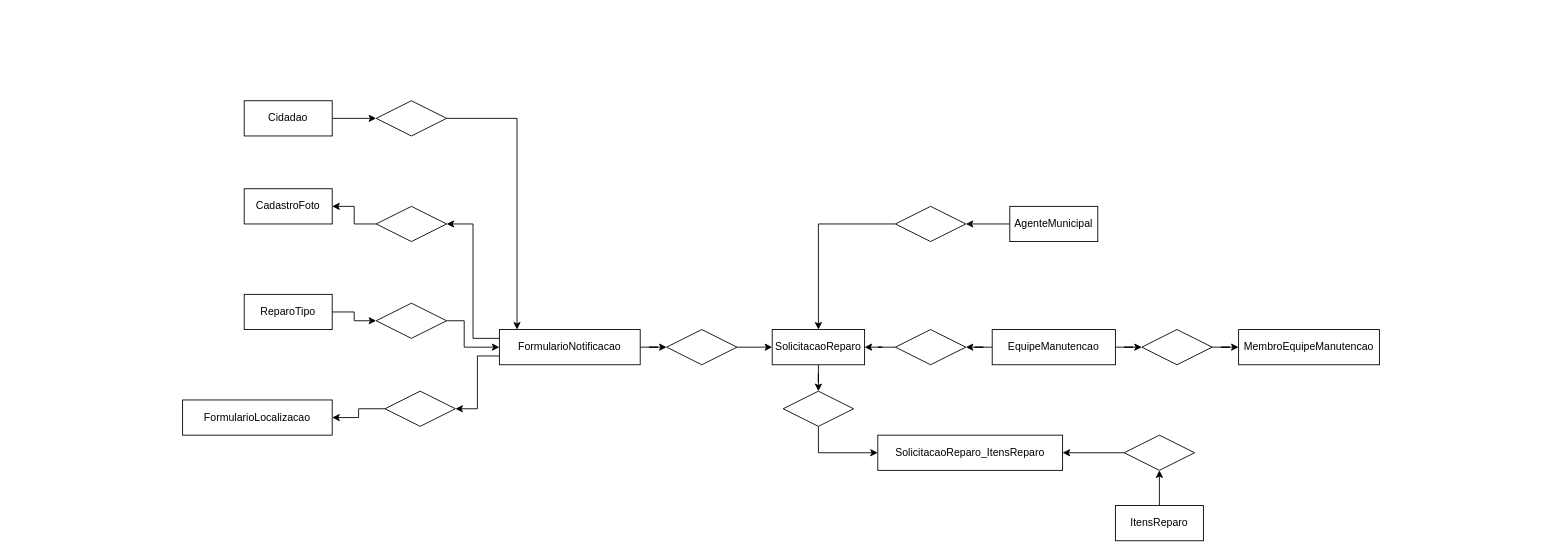
Above: diagramas/modelo_conceitual.drawio in PuraFome/AEP-Segundo-Semestre-2022 (draw.io), before the change. Source tidied: cells renumbered, new cells numbered last; positions are measured from the earlier drawing's top-left corner, leaving out a move shared by most shapes. Both pictures are drawn from the tidied source at 88%, with x=0, y=0 at pixel (182, 100).
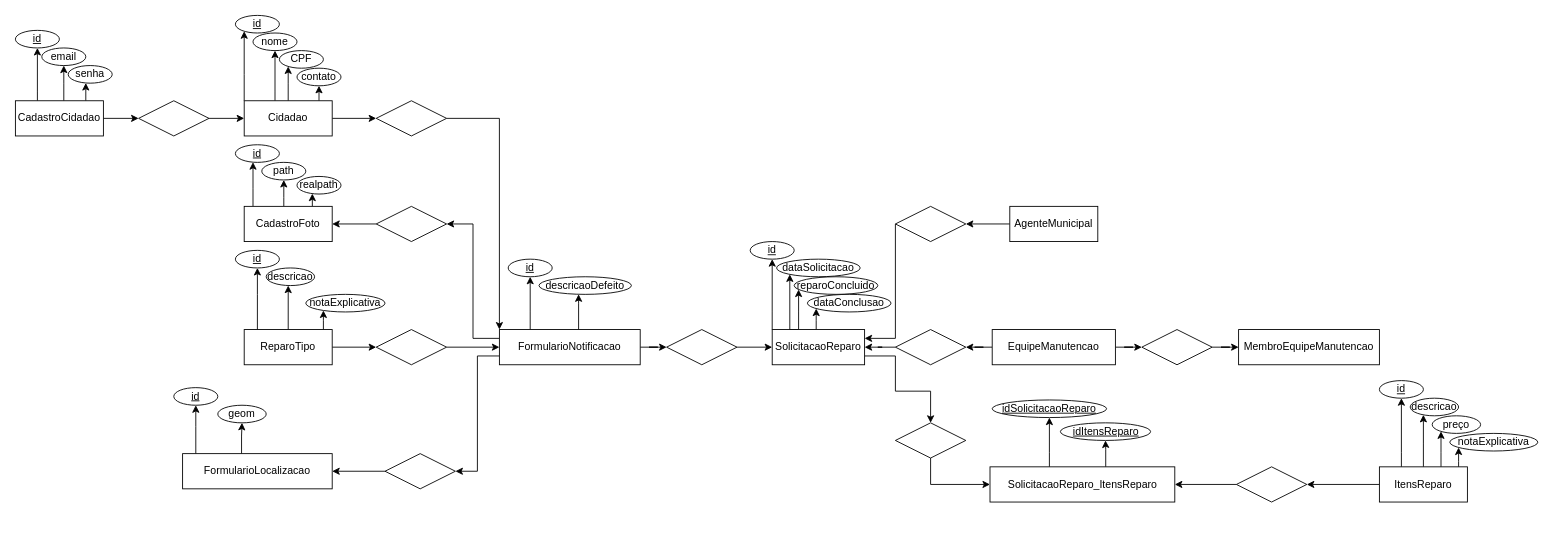
Above is the later version.

The change refers to these unchanged cells:
```xml
<mxCell id="5" value="FormularioNotificacao" style="whiteSpace=wrap;html=1;align=center;" parent="1" vertex="1">
  <mxGeometry x="360" y="260" width="160" height="40" as="geometry" />
</mxCell>
<mxCell id="11" value="SolicitacaoReparo" style="whiteSpace=wrap;html=1;align=center;" parent="1" vertex="1">
  <mxGeometry x="670" y="260" width="105" height="40" as="geometry" />
</mxCell>
<mxCell id="36" value="Cidadao" style="whiteSpace=wrap;html=1;align=center;" parent="1" vertex="1">
  <mxGeometry x="70" width="100" height="40" as="geometry" />
</mxCell>
<mxCell id="38" style="shape=rhombus;perimeter=rhombusPerimeter;whiteSpace=wrap;html=1;align=center;" parent="1" vertex="1">
  <mxGeometry x="220" width="80" height="40" as="geometry" />
</mxCell>
<mxCell id="42" style="shape=rhombus;perimeter=rhombusPerimeter;whiteSpace=wrap;html=1;align=center;" parent="1" vertex="1">
  <mxGeometry x="810" y="120" width="80" height="40" as="geometry" />
</mxCell>
```

What changed in the source:
```diff
@@
     <mxCell id="2" style="edgeStyle=orthogonalEdgeStyle;rounded=0;jettySize=auto;html=1;entryX=1;entryY=0.5;entryDx=0;entryDy=0;" parent="1" edge="1" source="5" target="25">
       <mxGeometry relative="1" as="geometry">
         <Array as="points">
           <mxPoint x="335" y="290" />
-          <mxPoint x="335" y="350" />
+          <mxPoint x="335" y="421" />
         </Array>
       </mxGeometry>
     </mxCell>
@@
+    <mxCell id="43" style="edgeStyle=orthogonalEdgeStyle;rounded=0;jettySize=auto;html=1;" parent="1" edge="1" source="5" target="89">
+      <mxGeometry relative="1" as="geometry">
+        <Array as="points">
+          <mxPoint x="395" y="240" />
+          <mxPoint x="395" y="240" />
+        </Array>
+      </mxGeometry>
+    </mxCell>
+    <mxCell id="44" style="edgeStyle=orthogonalEdgeStyle;rounded=0;jettySize=auto;html=1;" parent="1" edge="1" source="5" target="90">
+      <mxGeometry relative="1" as="geometry">
+        <Array as="points">
+          <mxPoint x="450" y="230" />
+          <mxPoint x="450" y="230" />
+        </Array>
+      </mxGeometry>
+    </mxCell>
@@
+    <mxCell id="45" style="edgeStyle=orthogonalEdgeStyle;rounded=0;jettySize=auto;html=1;" parent="1" edge="1" source="6" target="87">
+      <mxGeometry relative="1" as="geometry">
+        <Array as="points">
+          <mxPoint x="15" y="370" />
+          <mxPoint x="15" y="370" />
+        </Array>
+      </mxGeometry>
+    </mxCell>
+    <mxCell id="46" style="edgeStyle=orthogonalEdgeStyle;rounded=0;jettySize=auto;html=1;" parent="1" edge="1" source="6" target="88">
+      <mxGeometry relative="1" as="geometry">
+        <Array as="points">
+          <mxPoint x="67" y="381" />
+        </Array>
+      </mxGeometry>
+    </mxCell>
     <mxCell id="6" value="FormularioLocalizacao" style="whiteSpace=wrap;html=1;align=center;" parent="1" vertex="1">
-      <mxGeometry y="340" width="170" height="40" as="geometry" />
+      <mxGeometry y="401" width="170" height="40" as="geometry" />
     </mxCell>
@@
+    <mxCell id="47" style="edgeStyle=orthogonalEdgeStyle;rounded=0;jettySize=auto;html=1;" parent="1" edge="1" source="8" target="84">
+      <mxGeometry relative="1" as="geometry">
+        <Array as="points">
+          <mxPoint x="85" y="220" />
+          <mxPoint x="85" y="220" />
+        </Array>
+      </mxGeometry>
+    </mxCell>
+    <mxCell id="48" style="edgeStyle=orthogonalEdgeStyle;rounded=0;jettySize=auto;html=1;entryX=0.455;entryY=1;entryDx=0;entryDy=0;entryPerimeter=0;" parent="1" edge="1" source="8" target="85">
+      <mxGeometry relative="1" as="geometry" />
+    </mxCell>
+    <mxCell id="49" style="edgeStyle=orthogonalEdgeStyle;rounded=0;jettySize=auto;html=1;" parent="1" edge="1" source="8" target="86">
+      <mxGeometry relative="1" as="geometry">
+        <Array as="points">
+          <mxPoint x="160" y="250" />
+          <mxPoint x="160" y="250" />
+        </Array>
+      </mxGeometry>
+    </mxCell>
     <mxCell id="8" value="ReparoTipo" style="whiteSpace=wrap;html=1;align=center;" parent="1" vertex="1">
-      <mxGeometry x="70" y="220" width="100" height="40" as="geometry" />
+      <mxGeometry x="70" y="260" width="100" height="40" as="geometry" />
     </mxCell>
+    <mxCell id="50" style="edgeStyle=orthogonalEdgeStyle;rounded=0;jettySize=auto;html=1;" parent="1" edge="1" source="9" target="81">
+      <mxGeometry relative="1" as="geometry">
+        <Array as="points">
+          <mxPoint x="80" y="100" />
+          <mxPoint x="80" y="100" />
+        </Array>
+      </mxGeometry>
+    </mxCell>
+    <mxCell id="51" style="edgeStyle=orthogonalEdgeStyle;rounded=0;jettySize=auto;html=1;" parent="1" edge="1" source="9" target="82">
+      <mxGeometry relative="1" as="geometry">
+        <Array as="points">
+          <mxPoint x="115" y="110" />
+          <mxPoint x="115" y="110" />
+        </Array>
+      </mxGeometry>
+    </mxCell>
+    <mxCell id="52" style="edgeStyle=orthogonalEdgeStyle;rounded=0;jettySize=auto;html=1;" parent="1" edge="1" source="9" target="83">
+      <mxGeometry relative="1" as="geometry">
+        <Array as="points">
+          <mxPoint x="150" y="120" />
+          <mxPoint x="150" y="120" />
+        </Array>
+      </mxGeometry>
+    </mxCell>
     <mxCell id="9" value="CadastroFoto" style="whiteSpace=wrap;html=1;align=center;" parent="1" vertex="1">
-      <mxGeometry x="70" y="100" width="100" height="40" as="geometry" />
+      <mxGeometry x="70" y="120" width="100" height="40" as="geometry" />
     </mxCell>
     <mxCell id="10" style="edgeStyle=orthogonalEdgeStyle;rounded=0;jettySize=auto;html=1;entryX=0.5;entryY=0;entryDx=0;entryDy=0;" parent="1" edge="1" source="11" target="32">
-      <mxGeometry relative="1" as="geometry" />
+      <mxGeometry relative="1" as="geometry">
+        <Array as="points">
+          <mxPoint x="810" y="290" />
+          <mxPoint x="810" y="330" />
+          <mxPoint x="850" y="330" />
+        </Array>
+      </mxGeometry>
     </mxCell>
+    <mxCell id="53" style="edgeStyle=orthogonalEdgeStyle;rounded=0;jettySize=auto;html=1;" parent="1" edge="1" target="91">
+      <mxGeometry relative="1" as="geometry">
+        <mxPoint x="670" y="260" as="sourcePoint" />
+        <Array as="points">
+          <mxPoint x="670" y="240" />
+          <mxPoint x="670" y="240" />
+        </Array>
+      </mxGeometry>
+    </mxCell>
+    <mxCell id="54" style="edgeStyle=orthogonalEdgeStyle;rounded=0;jettySize=auto;html=1;" parent="1" edge="1" target="92">
+      <mxGeometry relative="1" as="geometry">
+        <mxPoint x="700" y="260" as="sourcePoint" />
+        <Array as="points">
+          <mxPoint x="690" y="260" />
+        </Array>
+      </mxGeometry>
+    </mxCell>
+    <mxCell id="55" style="edgeStyle=orthogonalEdgeStyle;rounded=0;jettySize=auto;html=1;" parent="1" edge="1" source="11" target="93">
+      <mxGeometry relative="1" as="geometry">
+        <Array as="points">
+          <mxPoint x="700" y="240" />
+          <mxPoint x="700" y="240" />
+        </Array>
+      </mxGeometry>
+    </mxCell>
+    <mxCell id="56" style="edgeStyle=orthogonalEdgeStyle;rounded=0;jettySize=auto;html=1;" parent="1" edge="1" source="11" target="94">
+      <mxGeometry relative="1" as="geometry">
+        <Array as="points">
+          <mxPoint x="720" y="250" />
+          <mxPoint x="720" y="250" />
+        </Array>
+      </mxGeometry>
+    </mxCell>
@@
+    <mxCell id="57" style="edgeStyle=orthogonalEdgeStyle;rounded=0;jettySize=auto;html=1;" parent="1" edge="1" source="17" target="95">
+      <mxGeometry relative="1" as="geometry">
+        <Array as="points">
+          <mxPoint x="985" y="400" />
+          <mxPoint x="985" y="400" />
+        </Array>
+      </mxGeometry>
+    </mxCell>
+    <mxCell id="58" style="edgeStyle=orthogonalEdgeStyle;rounded=0;jettySize=auto;html=1;" parent="1" edge="1" source="17" target="96">
+      <mxGeometry relative="1" as="geometry">
+        <Array as="points">
+          <mxPoint x="1049" y="396" />
+        </Array>
+      </mxGeometry>
+    </mxCell>
     <mxCell id="17" value="SolicitacaoReparo_ItensReparo" style="whiteSpace=wrap;html=1;align=center;" parent="1" vertex="1">
-      <mxGeometry x="790" y="380" width="210" height="40" as="geometry" />
+      <mxGeometry x="917.5" y="416" width="210" height="40" as="geometry" />
     </mxCell>
-    <mxCell id="18" style="edgeStyle=orthogonalEdgeStyle;rounded=0;jettySize=auto;html=1;entryX=0.5;entryY=1;entryDx=0;entryDy=0;" parent="1" edge="1" source="19" target="34">
+    <mxCell id="18" style="edgeStyle=orthogonalEdgeStyle;rounded=0;jettySize=auto;html=1;" parent="1" edge="1" source="19" target="34">
       <mxGeometry relative="1" as="geometry" />
     </mxCell>
+    <mxCell id="59" style="edgeStyle=orthogonalEdgeStyle;rounded=0;jettySize=auto;html=1;" parent="1" edge="1" source="19" target="97">
+      <mxGeometry relative="1" as="geometry">
+        <Array as="points">
+          <mxPoint x="1385" y="400" />
+          <mxPoint x="1385" y="400" />
+        </Array>
+      </mxGeometry>
+    </mxCell>
+    <mxCell id="60" style="edgeStyle=orthogonalEdgeStyle;rounded=0;jettySize=auto;html=1;" parent="1" edge="1" source="19" target="98">
+      <mxGeometry relative="1" as="geometry">
+        <Array as="points">
+          <mxPoint x="1410" y="390" />
+          <mxPoint x="1410" y="390" />
+        </Array>
+      </mxGeometry>
+    </mxCell>
+    <mxCell id="61" style="edgeStyle=orthogonalEdgeStyle;rounded=0;jettySize=auto;html=1;" parent="1" edge="1" source="19" target="99">
+      <mxGeometry relative="1" as="geometry">
+        <Array as="points">
+          <mxPoint x="1430" y="400" />
+          <mxPoint x="1430" y="400" />
+        </Array>
+      </mxGeometry>
+    </mxCell>
+    <mxCell id="62" style="edgeStyle=orthogonalEdgeStyle;rounded=0;jettySize=auto;html=1;" parent="1" edge="1" source="19" target="100">
+      <mxGeometry relative="1" as="geometry">
+        <Array as="points">
+          <mxPoint x="1450" y="410" />
+          <mxPoint x="1450" y="410" />
+        </Array>
+      </mxGeometry>
+    </mxCell>
     <mxCell id="19" value="ItensReparo" style="whiteSpace=wrap;html=1;align=center;" parent="1" vertex="1">
-      <mxGeometry x="1060" y="460" width="100" height="40" as="geometry" />
+      <mxGeometry x="1360" y="416" width="100" height="40" as="geometry" />
     </mxCell>
@@
     <mxCell id="22" style="edgeStyle=orthogonalEdgeStyle;rounded=0;jettySize=auto;html=1;" parent="1" edge="1" source="23" target="5">
       <mxGeometry relative="1" as="geometry">
         <Array as="points">
-          <mxPoint x="320" y="250" />
-          <mxPoint x="320" y="280" />
+          <mxPoint x="300" y="280" />
+          <mxPoint x="300" y="280" />
         </Array>
       </mxGeometry>
     </mxCell>
     <mxCell id="23" style="shape=rhombus;perimeter=rhombusPerimeter;whiteSpace=wrap;html=1;align=center;" parent="1" vertex="1">
-      <mxGeometry x="220" y="230" width="80" height="40" as="geometry" />
+      <mxGeometry x="220" y="260" width="80" height="40" as="geometry" />
     </mxCell>
@@
     <mxCell id="25" style="shape=rhombus;perimeter=rhombusPerimeter;whiteSpace=wrap;html=1;align=center;" parent="1" vertex="1">
-      <mxGeometry x="230" y="330" width="80" height="40" as="geometry" />
+      <mxGeometry x="230" y="401" width="80" height="40" as="geometry" />
     </mxCell>
@@
     <mxCell id="31" style="edgeStyle=orthogonalEdgeStyle;rounded=0;jettySize=auto;html=1;entryX=0;entryY=0.5;entryDx=0;entryDy=0;" parent="1" edge="1" source="32" target="17">
       <mxGeometry relative="1" as="geometry">
         <Array as="points">
-          <mxPoint x="723" y="400" />
+          <mxPoint x="850" y="436" />
         </Array>
       </mxGeometry>
     </mxCell>
     <mxCell id="32" style="shape=rhombus;perimeter=rhombusPerimeter;whiteSpace=wrap;html=1;align=center;" parent="1" vertex="1">
-      <mxGeometry x="682.5" y="330" width="80" height="40" as="geometry" />
+      <mxGeometry x="810" y="366" width="80" height="40" as="geometry" />
     </mxCell>
@@
     <mxCell id="34" style="shape=rhombus;perimeter=rhombusPerimeter;whiteSpace=wrap;html=1;align=center;" parent="1" vertex="1">
-      <mxGeometry x="1070" y="380" width="80" height="40" as="geometry" />
+      <mxGeometry x="1197.5" y="416" width="80" height="40" as="geometry" />
     </mxCell>
@@
+    <mxCell id="63" style="edgeStyle=orthogonalEdgeStyle;rounded=0;jettySize=auto;html=1;" parent="1" edge="1" source="36" target="77">
+      <mxGeometry relative="1" as="geometry">
+        <Array as="points">
+          <mxPoint x="70" y="-30" />
+          <mxPoint x="70" y="-30" />
+        </Array>
+      </mxGeometry>
+    </mxCell>
+    <mxCell id="64" style="edgeStyle=orthogonalEdgeStyle;rounded=0;jettySize=auto;html=1;" parent="1" edge="1" source="36" target="78">
+      <mxGeometry relative="1" as="geometry">
+        <Array as="points">
+          <mxPoint x="105" y="-10" />
+          <mxPoint x="105" y="-10" />
+        </Array>
+      </mxGeometry>
+    </mxCell>
+    <mxCell id="65" style="edgeStyle=orthogonalEdgeStyle;rounded=0;jettySize=auto;html=1;" parent="1" edge="1" source="36" target="79">
+      <mxGeometry relative="1" as="geometry">
+        <Array as="points">
+          <mxPoint x="120" y="-20" />
+          <mxPoint x="120" y="-20" />
+        </Array>
+      </mxGeometry>
+    </mxCell>
+    <mxCell id="66" style="edgeStyle=orthogonalEdgeStyle;rounded=0;jettySize=auto;html=1;" parent="1" edge="1" source="36" target="80">
+      <mxGeometry relative="1" as="geometry">
+        <Array as="points">
+          <mxPoint x="155" y="-10" />
+          <mxPoint x="155" y="-10" />
+        </Array>
+      </mxGeometry>
+    </mxCell>
@@
     <mxCell id="37" style="edgeStyle=orthogonalEdgeStyle;rounded=0;jettySize=auto;html=1;" parent="1" edge="1" source="38" target="5">
       <mxGeometry relative="1" as="geometry">
         <Array as="points">
-          <mxPoint x="380" y="20" />
+          <mxPoint x="360" y="20" />
         </Array>
       </mxGeometry>
     </mxCell>
@@
     <mxCell id="41" style="edgeStyle=orthogonalEdgeStyle;rounded=0;jettySize=auto;html=1;" parent="1" edge="1" source="42" target="11">
-      <mxGeometry relative="1" as="geometry" />
+      <mxGeometry relative="1" as="geometry">
+        <Array as="points">
+          <mxPoint x="810" y="270" />
+        </Array>
+      </mxGeometry>
     </mxCell>
@@
+    <mxCell id="67" style="edgeStyle=orthogonalEdgeStyle;rounded=0;jettySize=auto;html=1;" parent="1" edge="1" source="71" target="73">
+      <mxGeometry relative="1" as="geometry" />
+    </mxCell>
+    <mxCell id="68" style="edgeStyle=orthogonalEdgeStyle;rounded=0;jettySize=auto;html=1;" parent="1" edge="1" source="71" target="74">
+      <mxGeometry relative="1" as="geometry">
+        <Array as="points">
+          <mxPoint x="-165" y="-10" />
+          <mxPoint x="-165" y="-10" />
+        </Array>
+      </mxGeometry>
+    </mxCell>
+    <mxCell id="69" style="edgeStyle=orthogonalEdgeStyle;rounded=0;jettySize=auto;html=1;" parent="1" edge="1" source="71" target="75">
+      <mxGeometry relative="1" as="geometry">
+        <Array as="points">
+          <mxPoint x="-135" y="-20" />
+          <mxPoint x="-135" y="-20" />
+        </Array>
+      </mxGeometry>
+    </mxCell>
+    <mxCell id="70" style="edgeStyle=orthogonalEdgeStyle;rounded=0;jettySize=auto;html=1;" parent="1" edge="1" source="71" target="76">
+      <mxGeometry relative="1" as="geometry">
+        <Array as="points">
+          <mxPoint x="-110" y="-10" />
+          <mxPoint x="-110" y="-10" />
+        </Array>
+      </mxGeometry>
+    </mxCell>
+    <mxCell id="71" value="CadastroCidadao" style="whiteSpace=wrap;html=1;align=center;" parent="1" vertex="1">
+      <mxGeometry x="-190" width="100" height="40" as="geometry" />
+    </mxCell>
+    <mxCell id="72" style="edgeStyle=orthogonalEdgeStyle;rounded=0;jettySize=auto;html=1;" parent="1" edge="1" source="73" target="36">
+      <mxGeometry relative="1" as="geometry" />
+    </mxCell>
+    <mxCell id="73" style="shape=rhombus;perimeter=rhombusPerimeter;whiteSpace=wrap;html=1;align=center;" parent="1" vertex="1">
+      <mxGeometry x="-50" width="80" height="40" as="geometry" />
+    </mxCell>
+    <mxCell id="74" value="id" style="ellipse;whiteSpace=wrap;html=1;align=center;fontStyle=4;" parent="1" vertex="1">
+      <mxGeometry x="-190" y="-80" width="50" height="20" as="geometry" />
+    </mxCell>
+    <mxCell id="75" value="email" style="ellipse;whiteSpace=wrap;html=1;align=center;" parent="1" vertex="1">
+      <mxGeometry x="-160" y="-60" width="50" height="20" as="geometry" />
+    </mxCell>
+    <mxCell id="76" value="senha" style="ellipse;whiteSpace=wrap;html=1;align=center;" parent="1" vertex="1">
+      <mxGeometry x="-130" y="-40" width="50" height="20" as="geometry" />
+    </mxCell>
+    <mxCell id="77" value="id" style="ellipse;whiteSpace=wrap;html=1;align=center;fontStyle=4;" parent="1" vertex="1">
+      <mxGeometry x="60" y="-97" width="50" height="20" as="geometry" />
+    </mxCell>
+    <mxCell id="78" value="nome" style="ellipse;whiteSpace=wrap;html=1;align=center;" parent="1" vertex="1">
+      <mxGeometry x="80" y="-77" width="50" height="20" as="geometry" />
+    </mxCell>
+    <mxCell id="79" value="CPF" style="ellipse;whiteSpace=wrap;html=1;align=center;" parent="1" vertex="1">
+      <mxGeometry x="110" y="-57" width="50" height="20" as="geometry" />
+    </mxCell>
+    <mxCell id="80" value="contato" style="ellipse;whiteSpace=wrap;html=1;align=center;" parent="1" vertex="1">
+      <mxGeometry x="130" y="-37" width="50" height="20" as="geometry" />
+    </mxCell>
+    <mxCell id="81" value="id" style="ellipse;whiteSpace=wrap;html=1;align=center;fontStyle=4;" parent="1" vertex="1">
+      <mxGeometry x="60" y="50" width="50" height="20" as="geometry" />
+    </mxCell>
+    <mxCell id="82" value="path" style="ellipse;whiteSpace=wrap;html=1;align=center;" parent="1" vertex="1">
+      <mxGeometry x="90" y="70" width="50" height="20" as="geometry" />
+    </mxCell>
+    <mxCell id="83" value="realpath" style="ellipse;whiteSpace=wrap;html=1;align=center;" parent="1" vertex="1">
+      <mxGeometry x="130" y="86" width="50" height="20" as="geometry" />
+    </mxCell>
+    <mxCell id="84" value="id" style="ellipse;whiteSpace=wrap;html=1;align=center;fontStyle=4;" parent="1" vertex="1">
+      <mxGeometry x="60" y="170" width="50" height="20" as="geometry" />
+    </mxCell>
+    <mxCell id="85" value="descricao" style="ellipse;whiteSpace=wrap;html=1;align=center;" parent="1" vertex="1">
+      <mxGeometry x="95" y="190" width="55" height="20" as="geometry" />
+    </mxCell>
+    <mxCell id="86" value="notaExplicativa" style="ellipse;whiteSpace=wrap;html=1;align=center;" parent="1" vertex="1">
+      <mxGeometry x="140" y="220" width="90" height="20" as="geometry" />
+    </mxCell>
+    <mxCell id="87" value="id" style="ellipse;whiteSpace=wrap;html=1;align=center;fontStyle=4;" parent="1" vertex="1">
+      <mxGeometry x="-10" y="326" width="50" height="20" as="geometry" />
+    </mxCell>
+    <mxCell id="88" value="geom" style="ellipse;whiteSpace=wrap;html=1;align=center;" parent="1" vertex="1">
+      <mxGeometry x="40" y="346" width="55" height="20" as="geometry" />
+    </mxCell>
+    <mxCell id="89" value="id" style="ellipse;whiteSpace=wrap;html=1;align=center;fontStyle=4;" parent="1" vertex="1">
+      <mxGeometry x="370" y="180" width="50" height="20" as="geometry" />
+    </mxCell>
+    <mxCell id="90" value="descricaoDefeito" style="ellipse;whiteSpace=wrap;html=1;align=center;" parent="1" vertex="1">
+      <mxGeometry x="405" y="200" width="105" height="20" as="geometry" />
+    </mxCell>
+    <mxCell id="91" value="id" style="ellipse;whiteSpace=wrap;html=1;align=center;fontStyle=4;" parent="1" vertex="1">
+      <mxGeometry x="645" y="160" width="50" height="20" as="geometry" />
+    </mxCell>
+    <mxCell id="92" value="dataSolicitacao" style="ellipse;whiteSpace=wrap;html=1;align=center;" parent="1" vertex="1">
+      <mxGeometry x="675" y="180" width="95" height="20" as="geometry" />
+    </mxCell>
+    <mxCell id="93" value="reparoConcluido" style="ellipse;whiteSpace=wrap;html=1;align=center;" parent="1" vertex="1">
+      <mxGeometry x="695" y="200" width="95" height="20" as="geometry" />
+    </mxCell>
+    <mxCell id="94" value="dataConclusao" style="ellipse;whiteSpace=wrap;html=1;align=center;" parent="1" vertex="1">
+      <mxGeometry x="710" y="220" width="95" height="20" as="geometry" />
+    </mxCell>
+    <mxCell id="95" value="idSolicitacaoReparo" style="ellipse;whiteSpace=wrap;html=1;align=center;fontStyle=4;" parent="1" vertex="1">
+      <mxGeometry x="920" y="340" width="130" height="20" as="geometry" />
+    </mxCell>
+    <mxCell id="96" value="idItensReparo" style="ellipse;whiteSpace=wrap;html=1;align=center;fontStyle=4;" parent="1" vertex="1">
+      <mxGeometry x="997.5" y="366" width="102.5" height="20" as="geometry" />
+    </mxCell>
+    <mxCell id="97" value="id" style="ellipse;whiteSpace=wrap;html=1;align=center;fontStyle=4;" parent="1" vertex="1">
+      <mxGeometry x="1360" y="318" width="50" height="20" as="geometry" />
+    </mxCell>
+    <mxCell id="98" value="descricao" style="ellipse;whiteSpace=wrap;html=1;align=center;" parent="1" vertex="1">
+      <mxGeometry x="1395" y="338" width="55" height="20" as="geometry" />
+    </mxCell>
+    <mxCell id="99" value="preço" style="ellipse;whiteSpace=wrap;html=1;align=center;" parent="1" vertex="1">
+      <mxGeometry x="1420" y="358" width="55" height="20" as="geometry" />
+    </mxCell>
+    <mxCell id="100" value="notaExplicativa" style="ellipse;whiteSpace=wrap;html=1;align=center;" parent="1" vertex="1">
+      <mxGeometry x="1440" y="378" width="100" height="20" as="geometry" />
+    </mxCell>
```
